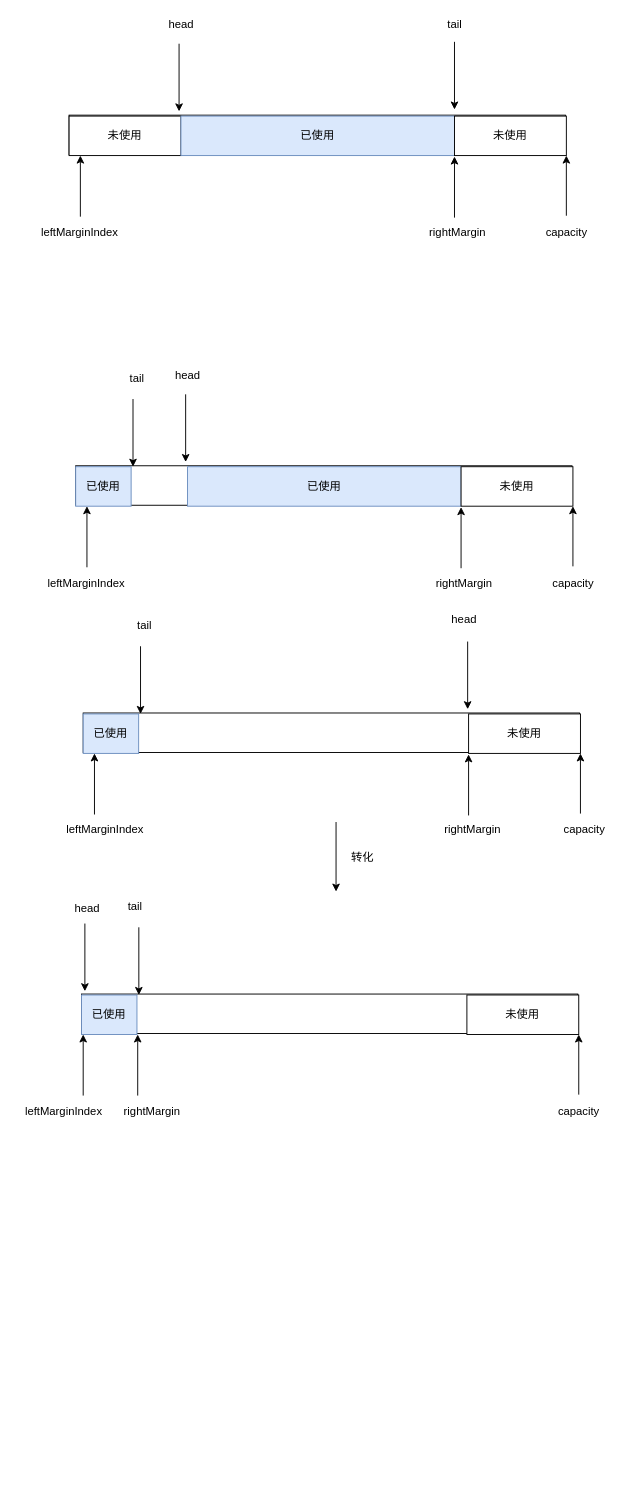
Earlier version of the draw.io diagram _book/bigcache/bigcache.drawio (hellolintong/code_viewer). Source tidied: cells renumbered, new cells numbered last; positions are measured from the earlier drawing's top-left corner, leaving out a move shared by most shapes. Both pictures are drawn from the tidied source at 94%, with x=0, y=0 at pixel (20, 16).
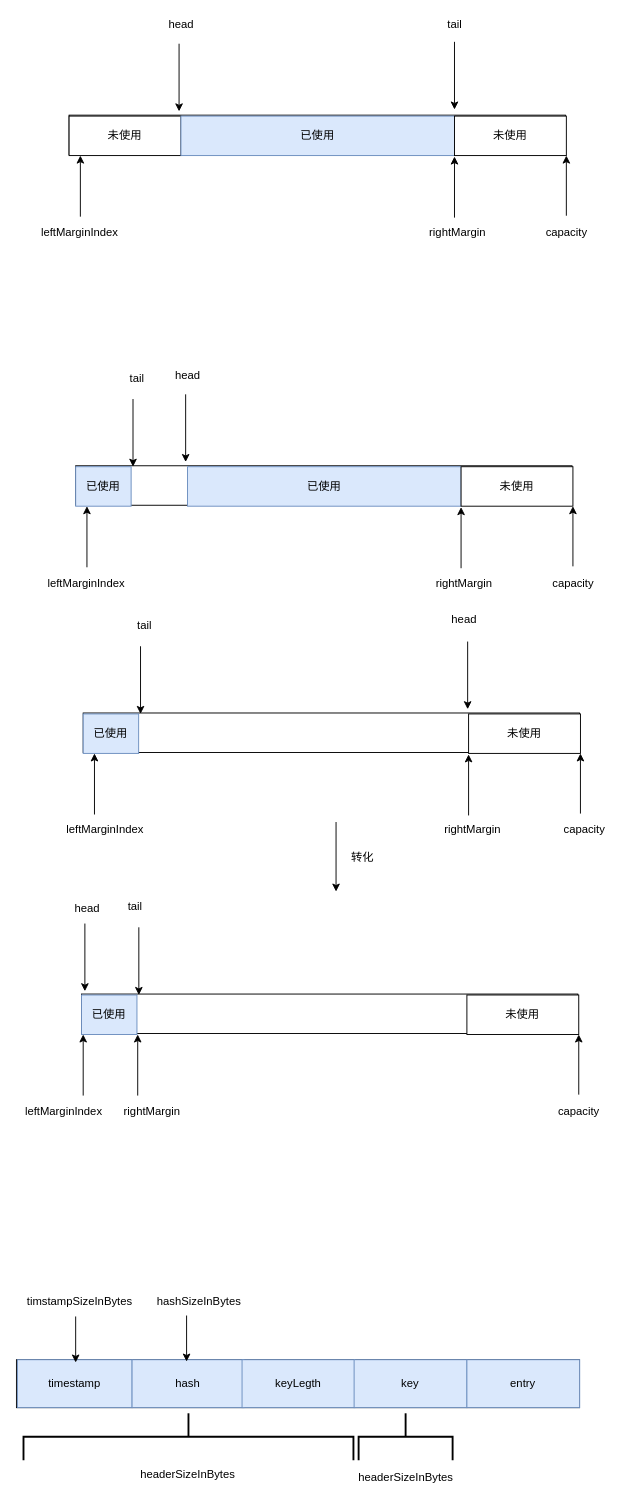
Above is the later version.

The edit, as a diff of the source:
```diff
@@
+    <mxCell id="58" style="rounded=0;whiteSpace=wrap;html=1;" parent="1" vertex="1">
+      <mxGeometry x="-4" y="1429" width="599" height="51" as="geometry" />
+    </mxCell>
+    <mxCell id="59" value="timestamp" style="rounded=0;whiteSpace=wrap;html=1;fillColor=#dae8fc;strokeColor=#6c8ebf;" parent="1" vertex="1">
+      <mxGeometry x="-3" y="1429" width="122" height="51" as="geometry" />
+    </mxCell>
+    <mxCell id="60" value="hash" style="rounded=0;whiteSpace=wrap;html=1;fillColor=#dae8fc;strokeColor=#6c8ebf;" parent="1" vertex="1">
+      <mxGeometry x="119" y="1429" width="119" height="51" as="geometry" />
+    </mxCell>
+    <mxCell id="61" value="keyLegth" style="rounded=0;whiteSpace=wrap;html=1;fillColor=#dae8fc;strokeColor=#6c8ebf;" parent="1" vertex="1">
+      <mxGeometry x="236" y="1429" width="120" height="51" as="geometry" />
+    </mxCell>
+    <mxCell id="62" value="key" style="rounded=0;whiteSpace=wrap;html=1;fillColor=#dae8fc;strokeColor=#6c8ebf;" parent="1" vertex="1">
+      <mxGeometry x="355.2" y="1429" width="120" height="51" as="geometry" />
+    </mxCell>
+    <mxCell id="63" value="entry" style="rounded=0;whiteSpace=wrap;html=1;fillColor=#dae8fc;strokeColor=#6c8ebf;" parent="1" vertex="1">
+      <mxGeometry x="475.2" y="1429" width="120" height="51" as="geometry" />
+    </mxCell>
+    <mxCell id="64" style="endArrow=classic;html=1;" parent="1" edge="1">
+      <mxGeometry relative="1" as="geometry">
+        <mxPoint x="59" y="1383" as="sourcePoint" />
+        <mxPoint x="59" y="1432" as="targetPoint" />
+      </mxGeometry>
+    </mxCell>
+    <mxCell id="65" style="endArrow=classic;html=1;" parent="1" edge="1">
+      <mxGeometry relative="1" as="geometry">
+        <mxPoint x="177" y="1382" as="sourcePoint" />
+        <mxPoint x="177" y="1431" as="targetPoint" />
+      </mxGeometry>
+    </mxCell>
+    <mxCell id="66" value="timstampSizeInBytes" style="text;html=1;align=center;verticalAlign=middle;" parent="1" vertex="1">
+      <mxGeometry x="2" y="1358" width="122" height="18" as="geometry" />
+    </mxCell>
+    <mxCell id="67" value="hashSizeInBytes" style="text;html=1;align=center;verticalAlign=middle;" parent="1" vertex="1">
+      <mxGeometry x="140" y="1358" width="99" height="18" as="geometry" />
+    </mxCell>
+    <mxCell id="68" value="headerSizeInBytes" style="text;html=1;align=center;verticalAlign=middle;" parent="1" vertex="1">
+      <mxGeometry x="122" y="1542" width="111" height="18" as="geometry" />
+    </mxCell>
+    <mxCell id="69" style="strokeWidth=2;html=1;shape=mxgraph.flowchart.annotation_2;align=left;labelPosition=right;direction=south;" parent="1" vertex="1">
+      <mxGeometry x="3.5" y="1486" width="351" height="50" as="geometry" />
+    </mxCell>
+    <mxCell id="70" style="strokeWidth=2;html=1;shape=mxgraph.flowchart.annotation_2;align=left;labelPosition=right;direction=south;" parent="1" vertex="1">
+      <mxGeometry x="360" y="1486" width="100" height="50" as="geometry" />
+    </mxCell>
+    <mxCell id="71" value="headerSizeInBytes" style="text;html=1;align=center;verticalAlign=middle;" parent="1" vertex="1">
+      <mxGeometry x="354.5" y="1546" width="111" height="18" as="geometry" />
+    </mxCell>
```
